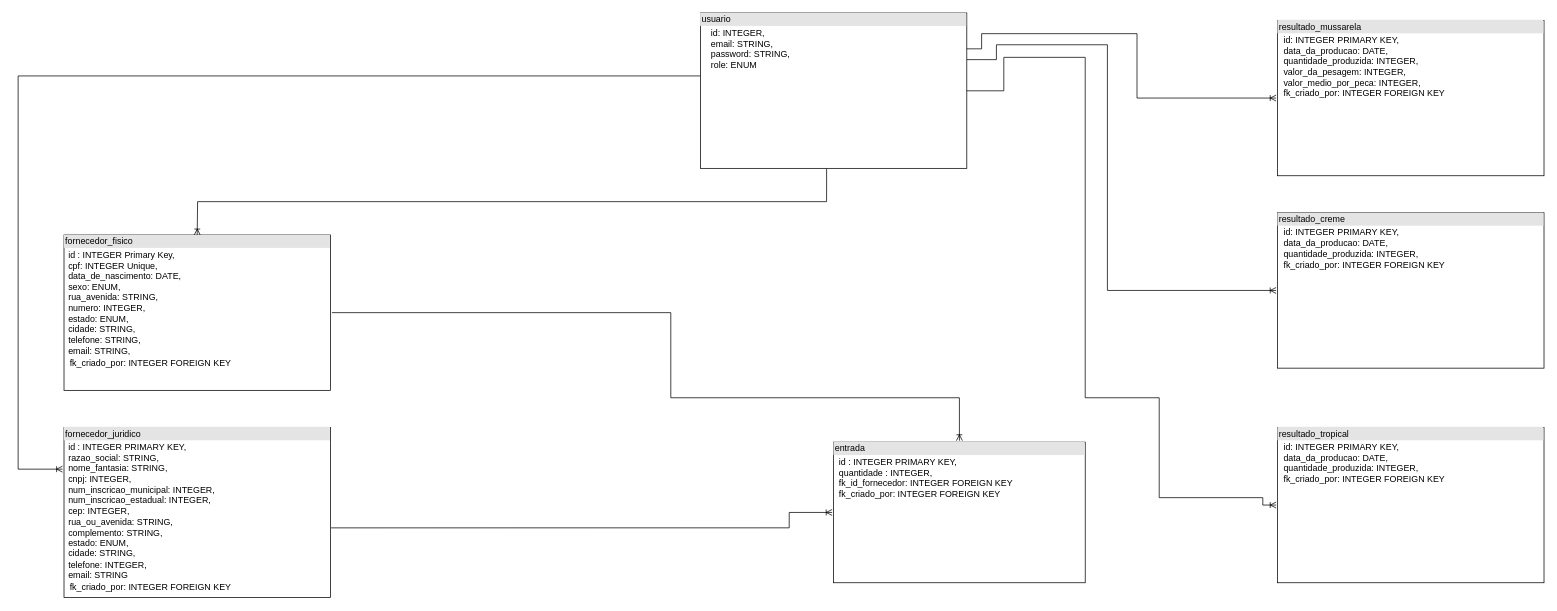
Earlier version of the draw.io diagram db.drawio.xml (Heartless-Caesar/Project_1). Source tidied: cells renumbered, new cells numbered last; positions are measured from the earlier drawing's top-left corner, leaving out a move shared by most shapes. Both pictures are drawn from the tidied source at 74%, with x=0, y=0 at pixel (18, 13).
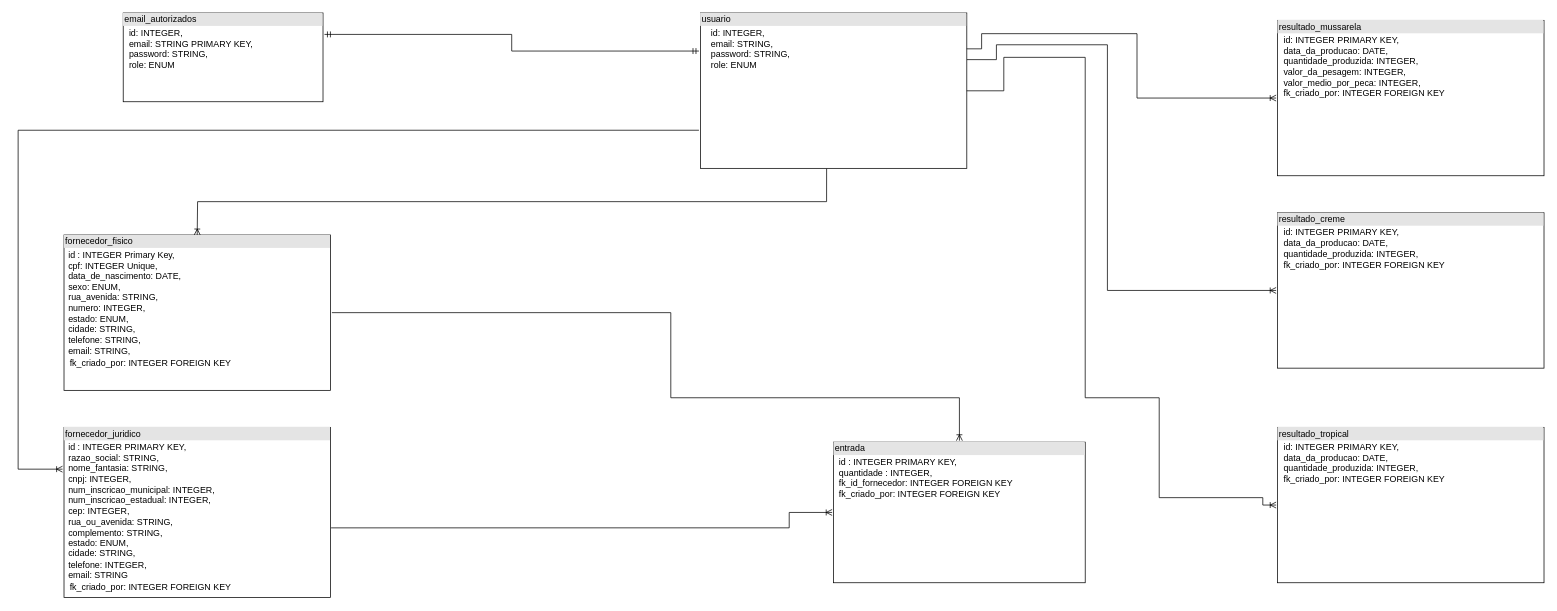
After the change.

Unchanged cells that the change refers to:
```xml
<mxCell id="4" value="&lt;div style=&quot;box-sizing:border-box;width:100%;background:#e4e4e4;padding:2px;&quot;&gt;fornecedor_juridico&lt;/div&gt;&lt;table style=&quot;width:100%;font-size:1em;&quot; cellspacing=&quot;0&quot; cellpadding=&quot;2&quot;&gt;&lt;tbody&gt;&lt;tr&gt;&lt;td&gt;&lt;br&gt;&lt;/td&gt;&lt;td&gt;id : INTEGER PRIMARY KEY,&lt;br&gt;razao_social: STRING,&lt;br&gt;nome_fantasia: STRING,&lt;br&gt;cnpj: INTEGER,&lt;br&gt;num_inscricao_municipal: INTEGER,&lt;br&gt;num_inscricao_estadual: INTEGER,&lt;br&gt;cep: INTEGER,&lt;br&gt;rua_ou_avenida: STRING,&lt;br&gt;complemento: STRING,&lt;br&gt;estado: ENUM,&lt;br&gt;cidade: STRING,&lt;br&gt;telefone: INTEGER,&lt;br&gt;email: STRING&lt;br&gt;&lt;table style=&quot;font-size: 1em; width: 340px;&quot; cellspacing=&quot;0&quot; cellpadding=&quot;2&quot;&gt;&lt;tbody&gt;&lt;tr&gt;&lt;td&gt;fk_criado_por: INTEGER FOREIGN KEY&lt;br&gt;&lt;/td&gt;&lt;/tr&gt;&lt;tr&gt;&lt;/tr&gt;&lt;/tbody&gt;&lt;/table&gt;&lt;br&gt;&lt;/td&gt;&lt;/tr&gt;&lt;tr&gt;&lt;td&gt;&lt;br&gt;&lt;br&gt;&lt;br&gt;&lt;br&gt;&lt;/td&gt;&lt;td&gt;&lt;br&gt;&lt;/td&gt;&lt;/tr&gt;&lt;/tbody&gt;&lt;/table&gt;" style="verticalAlign=top;align=left;overflow=fill;html=1;perimeterSpacing=2;" parent="1" vertex="1">
  <mxGeometry x="62" y="560" width="360" height="230" as="geometry" />
</mxCell>
<mxCell id="8" value="&lt;div style=&quot;box-sizing:border-box;width:100%;background:#e4e4e4;padding:2px;&quot;&gt;usuario&lt;/div&gt;&lt;table style=&quot;width:100%;font-size:1em;&quot; cellpadding=&quot;2&quot; cellspacing=&quot;0&quot;&gt;&lt;tbody&gt;&lt;tr&gt;&lt;td&gt;&lt;br&gt;&lt;/td&gt;&lt;td&gt;id: INTEGER,&lt;br&gt;email: STRING,&lt;br&gt;password: STRING,&lt;br&gt;role: ENUM&lt;/td&gt;&lt;/tr&gt;&lt;tr&gt;&lt;td&gt;&lt;br&gt;&lt;br&gt;&lt;br&gt;&lt;br&gt;&lt;/td&gt;&lt;td&gt;&lt;/td&gt;&lt;/tr&gt;&lt;/tbody&gt;&lt;/table&gt;" style="verticalAlign=top;align=left;overflow=fill;html=1;perimeterSpacing=2;" parent="1" vertex="1">
  <mxGeometry x="922" width="360" height="210" as="geometry" />
</mxCell>
```

Diff of the diagram source:
```diff
@@
-    <mxCell id="3" style="fontSize=12;html=1;endArrow=ERoneToMany;rounded=0;endFill=0;edgeStyle=orthogonalEdgeStyle;entryX=0;entryY=0.25;entryDx=0;entryDy=0;exitX=0.007;exitY=0.407;exitDx=0;exitDy=0;exitPerimeter=0;" parent="1" edge="1" source="8" target="4">
+    <mxCell id="3" style="fontSize=12;html=1;endArrow=ERoneToMany;rounded=0;endFill=0;edgeStyle=orthogonalEdgeStyle;entryX=0;entryY=0.25;entryDx=0;entryDy=0;exitX=0;exitY=0.75;exitDx=0;exitDy=0;" parent="1" edge="1" source="8" target="4">
       <mxGeometry relative="1" as="geometry">
         <Array as="points">
-          <mxPoint y="85" />
-          <mxPoint y="616" />
+          <mxPoint y="159" />
+          <mxPoint y="617" />
         </Array>
       </mxGeometry>
     </mxCell>
@@
+    <mxCell id="16" value="&lt;div style=&quot;box-sizing:border-box;width:100%;background:#e4e4e4;padding:2px;&quot;&gt;email_autorizados&lt;br&gt;&lt;/div&gt;&lt;table style=&quot;width:100%;font-size:1em;&quot; cellspacing=&quot;0&quot; cellpadding=&quot;2&quot;&gt;&lt;tbody&gt;&lt;tr&gt;&lt;td&gt;&lt;br&gt;&lt;/td&gt;&lt;td&gt;id: INTEGER,&lt;br&gt;email: STRING PRIMARY KEY,&lt;br&gt;password: STRING,&lt;br&gt;role: ENUM&lt;/td&gt;&lt;/tr&gt;&lt;tr&gt;&lt;td&gt;&lt;br&gt;&lt;br&gt;&lt;br&gt;&lt;br&gt;&lt;/td&gt;&lt;td&gt;&lt;br&gt;&lt;/td&gt;&lt;/tr&gt;&lt;/tbody&gt;&lt;/table&gt;" style="verticalAlign=top;align=left;overflow=fill;html=1;perimeterSpacing=2;" parent="1" vertex="1">
+      <mxGeometry x="142" width="270" height="120" as="geometry" />
+    </mxCell>
+    <mxCell id="17" style="edgeStyle=orthogonalEdgeStyle;fontSize=12;html=1;endArrow=ERmandOne;startArrow=ERmandOne;rounded=0;exitX=1;exitY=0.25;exitDx=0;exitDy=0;entryX=0;entryY=0.25;entryDx=0;entryDy=0;" parent="1" edge="1" source="16" target="8">
+      <mxGeometry relative="1" as="geometry" />
+    </mxCell>
```
